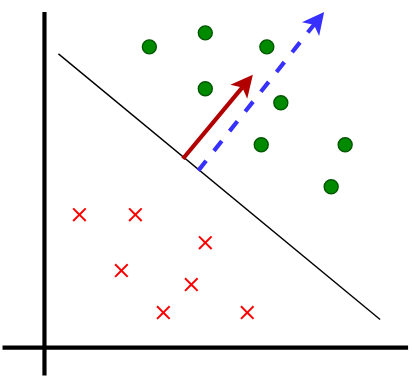
NishantBaheti/MachineLearningExploration keeps this draw.io diagram as SupportVectorMachine/margin2.drawio.svg. Above is the earlier version. Source tidied: cells renumbered, new cells last; positions are measured from the earlier drawing's top-left corner, leaving out a move shared by most shapes.
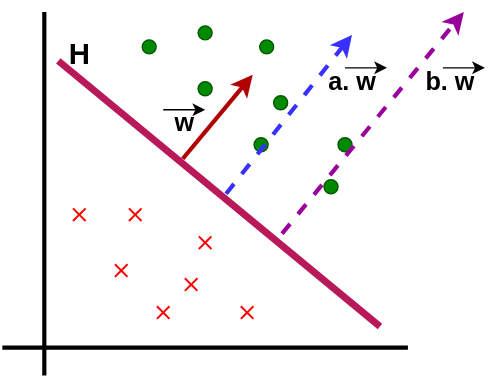
After the change.

What changed in the source:
```diff
@@ -59,10 +59,10 @@
     <mxCell id="18" style="ellipse;whiteSpace=wrap;html=1;fillColor=#008a00;fontColor=#ffffff;strokeColor=#005700;" parent="1" vertex="1">
       <mxGeometry x="184" y="20" width="10" height="10" as="geometry" />
     </mxCell>
-    <mxCell id="19" style="endArrow=none;html=1;rounded=0;" parent="1" edge="1">
+    <mxCell id="19" style="endArrow=none;html=1;rounded=0;fillColor=#f8cecc;strokeColor=#B81A59;strokeWidth=5;" parent="1" edge="1">
       <mxGeometry relative="1" as="geometry">
-        <mxPoint x="40" y="30" as="sourcePoint" />
-        <mxPoint x="270" y="220" as="targetPoint" />
+        <mxPoint x="40" y="35" as="sourcePoint" />
+        <mxPoint x="270" y="225" as="targetPoint" />
       </mxGeometry>
     </mxCell>
     <mxCell id="20" style="endArrow=classic;html=1;rounded=0;fillColor=#e51400;strokeColor=#B20000;strokeWidth=3;" parent="1" edge="1">
@@ -73,9 +73,54 @@
     </mxCell>
     <mxCell id="21" style="endArrow=classic;html=1;rounded=0;dashed=1;strokeWidth=3;fillColor=#cce5ff;strokeColor=#3730FF;" parent="1" edge="1">
       <mxGeometry relative="1" as="geometry">
-        <mxPoint x="140" y="113.5" as="sourcePoint" />
-        <mxPoint x="230" as="targetPoint" />
+        <mxPoint x="160" y="130" as="sourcePoint" />
+        <mxPoint x="250" y="16.5" as="targetPoint" />
       </mxGeometry>
     </mxCell>
+    <mxCell id="22" value="&lt;font style=&quot;font-size: 21px;&quot;&gt;&lt;b&gt;H&lt;/b&gt;&lt;/font&gt;" style="text;html=1;align=center;verticalAlign=middle;strokeColor=none;fillColor=none;" parent="1" vertex="1">
+      <mxGeometry x="35" y="10" width="40" height="40" as="geometry" />
+    </mxCell>
+    <mxCell id="23" style="group;" parent="1" vertex="1">
+      <mxGeometry x="110" y="60" width="40" height="40" as="geometry" />
+    </mxCell>
+    <mxCell id="24" value="&lt;b&gt;&lt;font style=&quot;font-size: 18px;&quot;&gt;w&lt;/font&gt;&lt;/b&gt;" style="text;html=1;align=center;verticalAlign=middle;strokeColor=none;fillColor=none;" parent="23" vertex="1">
+      <mxGeometry width="40" height="40" as="geometry" />
+    </mxCell>
+    <mxCell id="25" style="edgeStyle=none;orthogonalLoop=1;jettySize=auto;html=1;rounded=0;" parent="23" edge="1">
+      <mxGeometry relative="1" as="geometry">
+        <mxPoint x="5" y="10" as="sourcePoint" />
+        <mxPoint x="35" y="10" as="targetPoint" />
+      </mxGeometry>
+    </mxCell>
+    <mxCell id="26" style="group;" parent="1" vertex="1">
+      <mxGeometry x="230" y="30" width="50" height="40" as="geometry" />
+    </mxCell>
+    <mxCell id="27" value="&lt;b&gt;&lt;font style=&quot;font-size: 18px;&quot;&gt;a. w&lt;/font&gt;&lt;/b&gt;" style="text;html=1;align=center;verticalAlign=middle;strokeColor=none;fillColor=none;" parent="26" vertex="1">
+      <mxGeometry x="-10" width="60" height="40" as="geometry" />
+    </mxCell>
+    <mxCell id="28" style="edgeStyle=none;orthogonalLoop=1;jettySize=auto;html=1;rounded=0;" parent="26" edge="1">
+      <mxGeometry relative="1" as="geometry">
+        <mxPoint x="15" y="10" as="sourcePoint" />
+        <mxPoint x="45" y="10" as="targetPoint" />
+      </mxGeometry>
+    </mxCell>
+    <mxCell id="29" style="endArrow=classic;html=1;rounded=0;dashed=1;strokeWidth=3;fillColor=#cce5ff;strokeColor=#990099;" parent="1" edge="1">
+      <mxGeometry relative="1" as="geometry">
+        <mxPoint x="200" y="158.5" as="sourcePoint" />
+        <mxPoint x="330" as="targetPoint" />
+      </mxGeometry>
+    </mxCell>
+    <mxCell id="30" style="group;" parent="1" vertex="1">
+      <mxGeometry x="300" y="30" width="50" height="40" as="geometry" />
+    </mxCell>
+    <mxCell id="31" value="&lt;b&gt;&lt;font style=&quot;font-size: 18px;&quot;&gt;b. w&lt;/font&gt;&lt;/b&gt;" style="text;html=1;align=center;verticalAlign=middle;strokeColor=none;fillColor=none;" parent="30" vertex="1">
+      <mxGeometry x="-10" width="60" height="40" as="geometry" />
+    </mxCell>
+    <mxCell id="32" style="edgeStyle=none;orthogonalLoop=1;jettySize=auto;html=1;rounded=0;" parent="30" edge="1">
+      <mxGeometry relative="1" as="geometry">
+        <mxPoint x="15" y="10" as="sourcePoint" />
+        <mxPoint x="45" y="10" as="targetPoint" />
+      </mxGeometry>
+    </mxCell>
   </root>
 </mxGraphModel>
```
